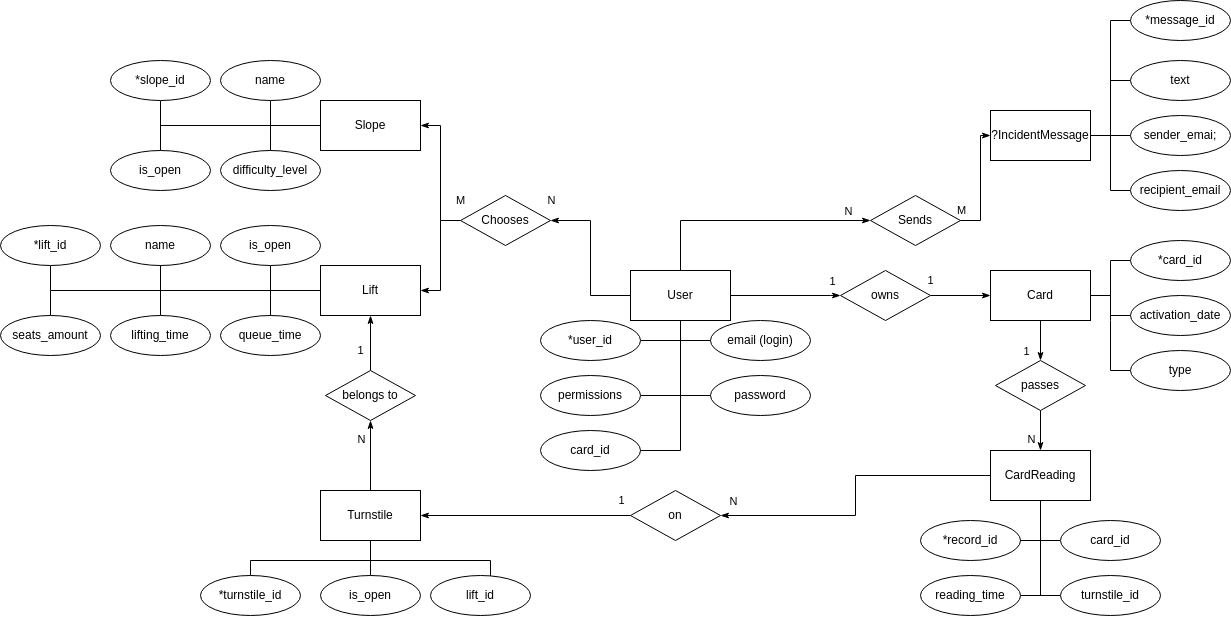
This is docs/imgs/er/er.png from alena-zayts/BMSTU_6sem_software_design, a draw.io export, as it was before one commit. Source tidied: cells renumbered, new cells last; positions are measured from the earlier drawing's top-left corner, leaving out a move shared by most shapes.
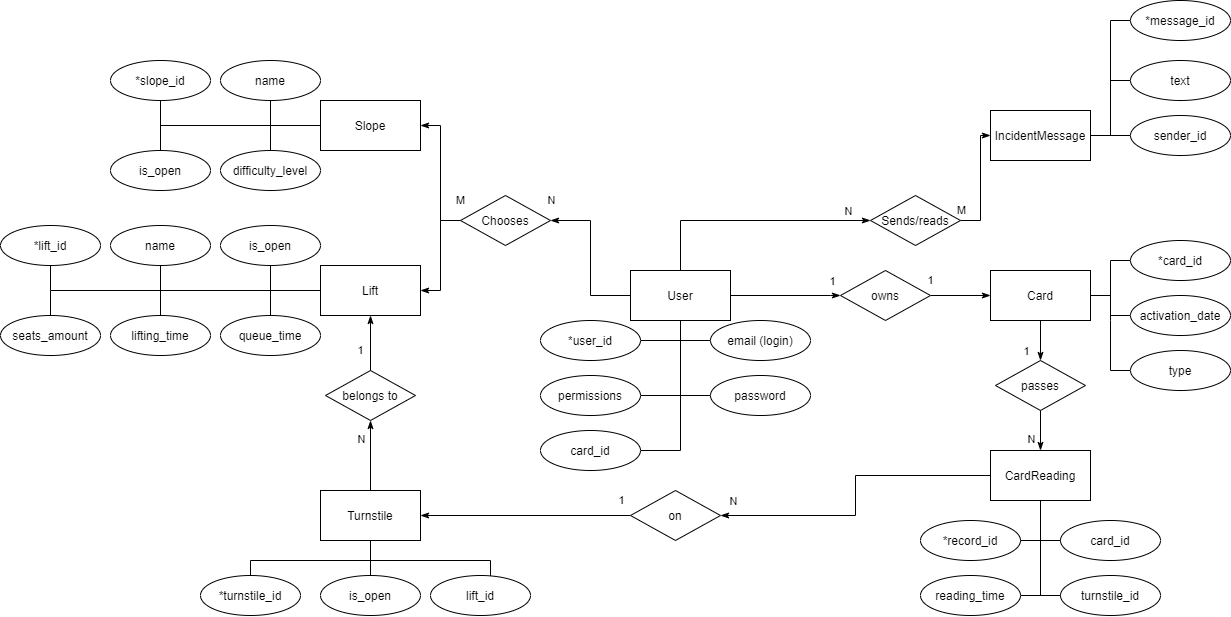
The same diagram one commit later.

What changed in the source:
```diff
@@ -108,7 +108,7 @@
         <mxPoint x="1110" y="135" as="targetPoint" />
       </mxGeometry>
     </mxCell>
-    <mxCell id="29" value="?IncidentMessage" style="rounded=0;whiteSpace=wrap;html=1;" parent="1" vertex="1">
+    <mxCell id="29" value="IncidentMessage" style="rounded=0;whiteSpace=wrap;html=1;" parent="1" vertex="1">
       <mxGeometry x="990" y="110" width="100" height="50" as="geometry" />
     </mxCell>
     <mxCell id="30" style="edgeStyle=orthogonalEdgeStyle;rounded=0;jettySize=auto;html=1;entryX=0;entryY=0.5;entryDx=0;entryDy=0;endArrow=classicThin;endFill=1;" parent="1" edge="1" source="32" target="29">
@@ -124,7 +124,7 @@
         <mxPoint x="-22" y="52" as="offset" />
       </mxGeometry>
     </mxCell>
-    <mxCell id="32" value="Sends" style="rhombus;whiteSpace=wrap;html=1;" parent="1" vertex="1">
+    <mxCell id="32" value="Sends/reads" style="rhombus;whiteSpace=wrap;html=1;" parent="1" vertex="1">
       <mxGeometry x="870" y="195" width="90" height="50" as="geometry" />
     </mxCell>
     <mxCell id="33" value="1" style="edgeStyle=orthogonalEdgeStyle;rounded=0;jettySize=auto;html=1;exitX=0.5;exitY=0;exitDx=0;exitDy=0;entryX=0.5;entryY=1;entryDx=0;entryDy=0;startArrow=none;startFill=0;endArrow=classicThin;endFill=1;" parent="1" edge="1" source="34" target="14">
@@ -230,17 +230,9 @@
         <mxPoint x="1110" y="115" as="targetPoint" />
       </mxGeometry>
     </mxCell>
-    <mxCell id="59" value="sender_emai;" style="ellipse;whiteSpace=wrap;html=1;" parent="1" vertex="1">
+    <mxCell id="59" value="sender_id" style="ellipse;whiteSpace=wrap;html=1;" parent="1" vertex="1">
       <mxGeometry x="1130" y="115" width="100" height="40" as="geometry" />
     </mxCell>
-    <mxCell id="60" style="edgeStyle=orthogonalEdgeStyle;rounded=0;jettySize=auto;html=1;endArrow=none;endFill=0;" parent="1" edge="1" source="61">
-      <mxGeometry relative="1" as="geometry">
-        <mxPoint x="1110" y="130" as="targetPoint" />
-      </mxGeometry>
-    </mxCell>
-    <mxCell id="61" value="recipient_email" style="ellipse;whiteSpace=wrap;html=1;" parent="1" vertex="1">
-      <mxGeometry x="1130" y="170" width="100" height="40" as="geometry" />
-    </mxCell>
     <mxCell id="62" value="*slope_id" style="ellipse;whiteSpace=wrap;html=1;" parent="1" vertex="1">
       <mxGeometry x="110" y="60" width="100" height="40" as="geometry" />
     </mxCell>
```
